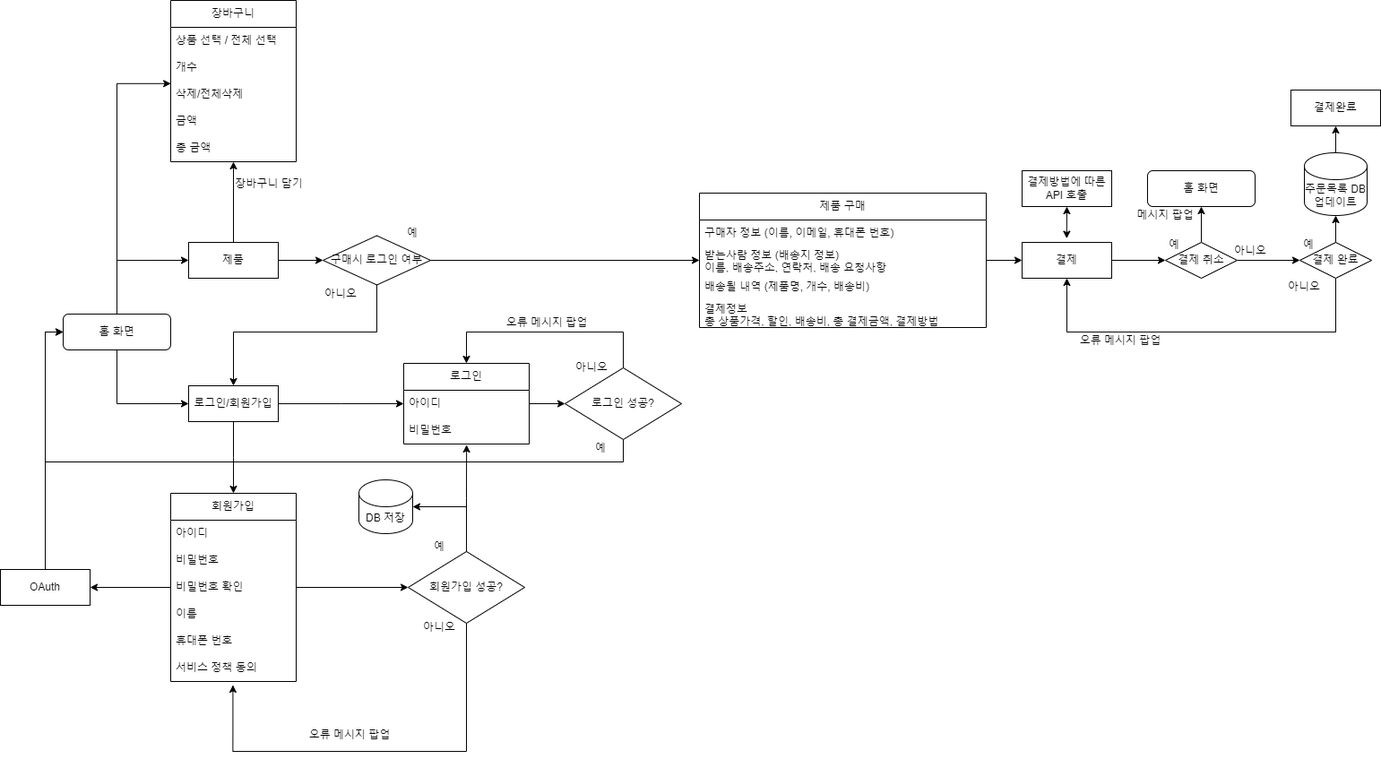
The draw.io diagram FlowChart.drawio.png in Castanea02/Group-Project-Shoppingmall, before a commit. Source tidied: cells renumbered, new cells last; positions are measured from the earlier drawing's top-left corner, leaving out a move shared by most shapes.
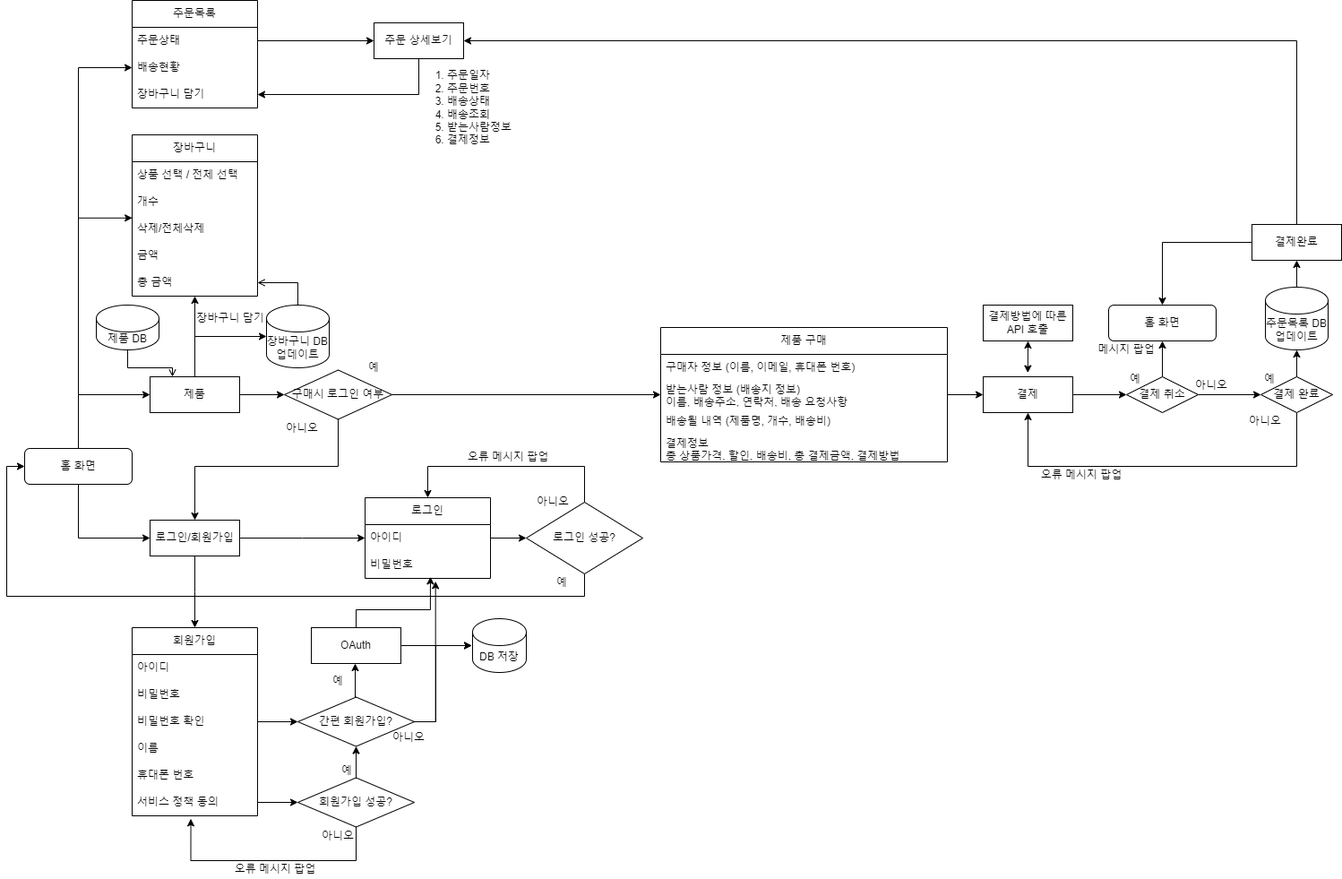
The same diagram one commit later.

The edit, as a diff of the source:
```diff
@@ -19,6 +19,9 @@
         </Array>
       </mxGeometry>
     </mxCell>
+    <mxCell id="79" style="edgeStyle=orthogonalEdgeStyle;rounded=0;jettySize=auto;html=1;entryX=0;entryY=0.5;entryDx=0;entryDy=0;" parent="1" edge="1" source="5" target="101">
+      <mxGeometry relative="1" as="geometry" />
+    </mxCell>
     <mxCell id="5" value="홈 화면" style="rounded=1;whiteSpace=wrap;html=1;fontSize=12;glass=0;strokeWidth=1;shadow=0;labelBackgroundColor=none;" parent="1" vertex="1">
       <mxGeometry x="70" y="350" width="120" height="40" as="geometry" />
     </mxCell>
@@ -65,9 +68,6 @@
         <mxGeometry x="340" y="317.5" width="80" height="20" as="geometry" />
       </mxCell>
     </object>
-    <mxCell id="16" style="edgeStyle=orthogonalEdgeStyle;rounded=0;jettySize=auto;html=1;entryX=1;entryY=0.5;entryDx=0;entryDy=0;" parent="1" edge="1" source="17" target="29">
-      <mxGeometry relative="1" as="geometry" />
-    </mxCell>
     <mxCell id="17" value="회원가입" style="swimlane;fontStyle=0;horizontal=1;startSize=30;whiteSpace=wrap;html=1;labelBackgroundColor=none;" parent="1" vertex="1">
       <mxGeometry x="190" y="550" width="140" height="210" as="geometry" />
     </mxCell>
@@ -107,15 +107,22 @@
     <mxCell id="27" value="비밀번호" style="text;strokeColor=none;fillColor=none;align=left;verticalAlign=middle;spacingLeft=4;spacingRight=4;overflow=hidden;points=[[0,0.5],[1,0.5]];portConstraint=eastwest;whiteSpace=wrap;html=1;labelBackgroundColor=none;" parent="25" vertex="1">
       <mxGeometry y="60" width="140" height="30" as="geometry" />
     </mxCell>
-    <mxCell id="28" style="edgeStyle=orthogonalEdgeStyle;rounded=0;jettySize=auto;html=1;entryX=0;entryY=0.5;entryDx=0;entryDy=0;" parent="1" edge="1" source="29" target="5">
-      <mxGeometry relative="1" as="geometry">
-        <Array as="points">
-          <mxPoint x="50" y="370" />
-        </Array>
-      </mxGeometry>
-    </mxCell>
+    <mxCell id="80" style="edgeStyle=orthogonalEdgeStyle;rounded=0;orthogonalLoop=1;jettySize=auto;html=1;" parent="1" edge="1">
+      <mxGeometry relative="1" as="geometry">
+        <mxPoint x="489" y="570" as="sourcePoint" />
+        <mxPoint x="569" y="570" as="targetPoint" />
+      </mxGeometry>
+    </mxCell>
+    <mxCell id="81" style="edgeStyle=orthogonalEdgeStyle;rounded=0;jettySize=auto;html=1;entryX=0.521;entryY=0.943;entryDx=0;entryDy=0;entryPerimeter=0;" parent="1" edge="1" source="29" target="27">
+      <mxGeometry relative="1" as="geometry">
+        <Array as="points">
+          <mxPoint x="440" y="530" />
+          <mxPoint x="523" y="530" />
+        </Array>
+      </mxGeometry>
+    </mxCell>
     <mxCell id="29" value="OAuth" style="rounded=0;whiteSpace=wrap;html=1;labelBackgroundColor=none;" parent="1" vertex="1">
-      <mxGeometry y="635" width="100" height="40" as="geometry" />
+      <mxGeometry x="390" y="550" width="100" height="40" as="geometry" />
     </mxCell>
     <mxCell id="30" style="edgeStyle=orthogonalEdgeStyle;rounded=0;jettySize=auto;html=1;entryX=0.5;entryY=0;entryDx=0;entryDy=0;" parent="1" edge="1" source="31" target="25">
       <mxGeometry relative="1" as="geometry">
@@ -147,41 +154,14 @@
       </mxCell>
     </object>
     <mxCell id="36" value="DB 저장" style="shape=cylinder3;whiteSpace=wrap;html=1;boundedLbl=1;backgroundOutline=1;size=15;" parent="1" vertex="1">
-      <mxGeometry x="400" y="535" width="60" height="60" as="geometry" />
+      <mxGeometry x="570" y="540" width="60" height="60" as="geometry" />
     </mxCell>
-    <mxCell id="37" style="edgeStyle=orthogonalEdgeStyle;rounded=0;jettySize=auto;html=1;entryX=0.496;entryY=1.133;entryDx=0;entryDy=0;entryPerimeter=0;" parent="1" edge="1" source="38" target="23">
-      <mxGeometry relative="1" as="geometry">
-        <Array as="points">
-          <mxPoint x="520" y="838" />
-          <mxPoint x="259" y="838" />
-        </Array>
-      </mxGeometry>
-    </mxCell>
-    <mxCell id="38" value="회원가입 성공?" style="rhombus;whiteSpace=wrap;html=1;" parent="1" vertex="1">
-      <mxGeometry x="455" y="615" width="130" height="80" as="geometry" />
-    </mxCell>
-    <mxCell id="39" style="edgeStyle=orthogonalEdgeStyle;rounded=0;jettySize=auto;html=1;exitX=1;exitY=0.5;exitDx=0;exitDy=0;entryX=0;entryY=0.5;entryDx=0;entryDy=0;" parent="1" edge="1" source="20" target="38">
+    <mxCell id="39" style="edgeStyle=orthogonalEdgeStyle;rounded=0;jettySize=auto;html=1;exitX=1;exitY=0.5;exitDx=0;exitDy=0;entryX=0;entryY=0.5;entryDx=0;entryDy=0;" parent="1" edge="1" source="20" target="86">
       <mxGeometry relative="1" as="geometry" />
     </mxCell>
-    <object id="40" label="예" name="Variable" placeholders="1">
-      <mxCell style="text;html=1;strokeColor=none;fillColor=none;align=center;verticalAlign=middle;whiteSpace=wrap;overflow=hidden;labelBackgroundColor=none;" parent="1" vertex="1">
-        <mxGeometry x="470" y="600" width="40" height="20" as="geometry" />
-      </mxCell>
-    </object>
-    <mxCell id="41" style="edgeStyle=orthogonalEdgeStyle;rounded=0;jettySize=auto;html=1;exitX=0.5;exitY=0;exitDx=0;exitDy=0;entryX=0.501;entryY=1.033;entryDx=0;entryDy=0;entryPerimeter=0;" parent="1" edge="1" source="38" target="27">
-      <mxGeometry relative="1" as="geometry" />
-    </mxCell>
-    <mxCell id="42" style="edgeStyle=orthogonalEdgeStyle;rounded=0;jettySize=auto;html=1;entryX=1;entryY=0.5;entryDx=0;entryDy=0;entryPerimeter=0;" parent="1" edge="1" source="38" target="36">
-      <mxGeometry relative="1" as="geometry" />
-    </mxCell>
-    <object id="43" label="아니오" name="Variable" placeholders="1">
-      <mxCell style="text;html=1;strokeColor=none;fillColor=none;align=center;verticalAlign=middle;whiteSpace=wrap;overflow=hidden;labelBackgroundColor=none;" parent="1" vertex="1">
-        <mxGeometry x="470" y="690" width="40" height="20" as="geometry" />
-      </mxCell>
-    </object>
     <object id="44" label="오류 메시지 팝업" name="Variable" placeholders="1">
       <mxCell style="text;html=1;strokeColor=none;fillColor=none;align=center;verticalAlign=middle;whiteSpace=wrap;overflow=hidden;labelBackgroundColor=none;" parent="1" vertex="1">
-        <mxGeometry x="340" y="810" width="100" height="20" as="geometry" />
+        <mxGeometry x="300" y="810" width="100" height="20" as="geometry" />
       </mxCell>
     </object>
     <mxCell id="45" value="장바구니" style="swimlane;fontStyle=0;horizontal=1;startSize=30;whiteSpace=wrap;html=1;labelBackgroundColor=none;" parent="1" vertex="1">
@@ -262,6 +242,16 @@
     <mxCell id="67" style="edgeStyle=orthogonalEdgeStyle;rounded=0;jettySize=auto;html=1;entryX=0.5;entryY=1;entryDx=0;entryDy=0;entryPerimeter=0;" parent="1" edge="1" source="62" target="66">
       <mxGeometry relative="1" as="geometry" />
     </mxCell>
+    <mxCell id="82" style="edgeStyle=orthogonalEdgeStyle;rounded=0;jettySize=auto;html=1;entryX=1;entryY=0.5;entryDx=0;entryDy=0;" parent="1" edge="1" source="68" target="104">
+      <mxGeometry relative="1" as="geometry">
+        <Array as="points">
+          <mxPoint x="1490" y="-105" />
+        </Array>
+      </mxGeometry>
+    </mxCell>
+    <mxCell id="83" style="edgeStyle=orthogonalEdgeStyle;rounded=0;jettySize=auto;html=1;entryX=0.5;entryY=0;entryDx=0;entryDy=0;" parent="1" edge="1" source="68" target="75">
+      <mxGeometry relative="1" as="geometry" />
+    </mxCell>
     <mxCell id="68" value="결제완료" style="rounded=0;whiteSpace=wrap;html=1;labelBackgroundColor=none;" parent="1" vertex="1">
       <mxGeometry x="1440" y="100" width="100" height="40" as="geometry" />
     </mxCell>
@@ -305,5 +295,111 @@
         <mxGeometry x="260" y="195" width="80" height="20" as="geometry" />
       </mxCell>
     </object>
+    <mxCell id="84" style="edgeStyle=orthogonalEdgeStyle;rounded=0;orthogonalLoop=1;jettySize=auto;html=1;entryX=0.5;entryY=1;entryDx=0;entryDy=0;" parent="1" edge="1">
+      <mxGeometry relative="1" as="geometry">
+        <mxPoint x="439" y="627.5" as="sourcePoint" />
+        <mxPoint x="439" y="590" as="targetPoint" />
+      </mxGeometry>
+    </mxCell>
+    <mxCell id="85" style="edgeStyle=orthogonalEdgeStyle;rounded=0;jettySize=auto;html=1;entryX=0.562;entryY=1.111;entryDx=0;entryDy=0;entryPerimeter=0;" parent="1" edge="1" source="86" target="27">
+      <mxGeometry relative="1" as="geometry">
+        <Array as="points">
+          <mxPoint x="529" y="655" />
+        </Array>
+      </mxGeometry>
+    </mxCell>
+    <mxCell id="86" value="간편 회원가입?" style="rhombus;whiteSpace=wrap;html=1;" parent="1" vertex="1">
+      <mxGeometry x="375" y="627.5" width="130" height="55" as="geometry" />
+    </mxCell>
+    <object id="87" label="예" name="Variable" placeholders="1">
+      <mxCell style="text;html=1;strokeColor=none;fillColor=none;align=center;verticalAlign=middle;whiteSpace=wrap;overflow=hidden;labelBackgroundColor=none;" parent="1" vertex="1">
+        <mxGeometry x="400" y="600" width="40" height="20" as="geometry" />
+      </mxCell>
+    </object>
+    <object id="88" label="아니오" name="Variable" placeholders="1">
+      <mxCell style="text;html=1;strokeColor=none;fillColor=none;align=center;verticalAlign=middle;whiteSpace=wrap;overflow=hidden;labelBackgroundColor=none;" parent="1" vertex="1">
+        <mxGeometry x="459" y="662.5" width="80" height="20" as="geometry" />
+      </mxCell>
+    </object>
+    <mxCell id="89" style="edgeStyle=orthogonalEdgeStyle;rounded=0;orthogonalLoop=1;jettySize=auto;html=1;entryX=0;entryY=0.5;entryDx=0;entryDy=0;entryPerimeter=0;" parent="1" edge="1">
+      <mxGeometry relative="1" as="geometry">
+        <mxPoint x="504" y="655" as="sourcePoint" />
+        <mxPoint x="569" y="570" as="targetPoint" />
+        <Array as="points">
+          <mxPoint x="529" y="655" />
+          <mxPoint x="529" y="570" />
+        </Array>
+      </mxGeometry>
+    </mxCell>
+    <mxCell id="37" style="edgeStyle=orthogonalEdgeStyle;rounded=0;jettySize=auto;html=1;entryX=0.468;entryY=1.111;entryDx=0;entryDy=0;entryPerimeter=0;" parent="1" edge="1" source="38" target="23">
+      <mxGeometry relative="1" as="geometry">
+        <Array as="points">
+          <mxPoint x="440" y="810" />
+          <mxPoint x="256" y="810" />
+        </Array>
+      </mxGeometry>
+    </mxCell>
+    <mxCell id="90" style="edgeStyle=orthogonalEdgeStyle;rounded=0;jettySize=auto;html=1;entryX=0.5;entryY=1;entryDx=0;entryDy=0;" parent="1" edge="1" source="38" target="86">
+      <mxGeometry relative="1" as="geometry" />
+    </mxCell>
+    <mxCell id="38" value="회원가입 성공?" style="rhombus;whiteSpace=wrap;html=1;" parent="1" vertex="1">
+      <mxGeometry x="375" y="717.5" width="130" height="55" as="geometry" />
+    </mxCell>
+    <object id="91" label="아니오" name="Variable" placeholders="1">
+      <mxCell style="text;html=1;strokeColor=none;fillColor=none;align=center;verticalAlign=middle;whiteSpace=wrap;overflow=hidden;labelBackgroundColor=none;" parent="1" vertex="1">
+        <mxGeometry x="395" y="772.5" width="50" height="20" as="geometry" />
+      </mxCell>
+    </object>
+    <object id="92" label="예" name="Variable" placeholders="1">
+      <mxCell style="text;html=1;strokeColor=none;fillColor=none;align=center;verticalAlign=middle;whiteSpace=wrap;overflow=hidden;labelBackgroundColor=none;" parent="1" vertex="1">
+        <mxGeometry x="410" y="700" width="40" height="20" as="geometry" />
+      </mxCell>
+    </object>
+    <mxCell id="93" style="edgeStyle=orthogonalEdgeStyle;rounded=0;jettySize=auto;html=1;entryX=0;entryY=0.5;entryDx=0;entryDy=0;" parent="1" edge="1" source="23" target="38">
+      <mxGeometry relative="1" as="geometry" />
+    </mxCell>
+    <mxCell id="94" style="edgeStyle=orthogonalEdgeStyle;rounded=0;jettySize=auto;html=1;entryX=1;entryY=0.5;entryDx=0;entryDy=0;endArrow=open;endFill=0;" parent="1" edge="1" source="95" target="50">
+      <mxGeometry relative="1" as="geometry" />
+    </mxCell>
+    <mxCell id="95" value="장바구니 DB 업데이트" style="shape=cylinder3;whiteSpace=wrap;html=1;boundedLbl=1;backgroundOutline=1;size=15;" parent="1" vertex="1">
+      <mxGeometry x="340" y="190" width="70" height="70" as="geometry" />
+    </mxCell>
+    <mxCell id="96" style="edgeStyle=orthogonalEdgeStyle;rounded=0;jettySize=auto;html=1;entryX=0;entryY=0.5;entryDx=0;entryDy=0;entryPerimeter=0;" parent="1" edge="1" source="10" target="95">
+      <mxGeometry relative="1" as="geometry">
+        <Array as="points">
+          <mxPoint x="260" y="225" />
+        </Array>
+      </mxGeometry>
+    </mxCell>
+    <mxCell id="97" style="edgeStyle=orthogonalEdgeStyle;rounded=0;jettySize=auto;html=1;entryX=0.25;entryY=0;entryDx=0;entryDy=0;endArrow=open;endFill=0;" parent="1" edge="1" source="98" target="10">
+      <mxGeometry relative="1" as="geometry" />
+    </mxCell>
+    <mxCell id="98" value="제품 DB" style="shape=cylinder3;whiteSpace=wrap;html=1;boundedLbl=1;backgroundOutline=1;size=15;" parent="1" vertex="1">
+      <mxGeometry x="150" y="190" width="70" height="50" as="geometry" />
+    </mxCell>
+    <mxCell id="99" value="주문목록" style="swimlane;fontStyle=0;horizontal=1;startSize=30;whiteSpace=wrap;html=1;labelBackgroundColor=none;" parent="1" vertex="1">
+      <mxGeometry x="190" y="-150" width="140" height="120" as="geometry" />
+    </mxCell>
+    <mxCell id="100" value="주문상태" style="text;strokeColor=none;fillColor=none;align=left;verticalAlign=middle;spacingLeft=4;spacingRight=4;overflow=hidden;points=[[0,0.5],[1,0.5]];portConstraint=eastwest;whiteSpace=wrap;html=1;labelBackgroundColor=none;" parent="99" vertex="1">
+      <mxGeometry y="30" width="140" height="30" as="geometry" />
+    </mxCell>
+    <mxCell id="101" value="배송현황" style="text;strokeColor=none;fillColor=none;align=left;verticalAlign=middle;spacingLeft=4;spacingRight=4;overflow=hidden;points=[[0,0.5],[1,0.5]];portConstraint=eastwest;whiteSpace=wrap;html=1;labelBackgroundColor=none;" parent="99" vertex="1">
+      <mxGeometry y="60" width="140" height="30" as="geometry" />
+    </mxCell>
+    <mxCell id="102" value="장바구니 담기" style="text;strokeColor=none;fillColor=none;align=left;verticalAlign=middle;spacingLeft=4;spacingRight=4;overflow=hidden;points=[[0,0.5],[1,0.5]];portConstraint=eastwest;whiteSpace=wrap;html=1;labelBackgroundColor=none;" parent="99" vertex="1">
+      <mxGeometry y="90" width="140" height="30" as="geometry" />
+    </mxCell>
+    <mxCell id="103" style="edgeStyle=orthogonalEdgeStyle;rounded=0;jettySize=auto;html=1;entryX=1;entryY=0.5;entryDx=0;entryDy=0;" parent="1" edge="1" source="104" target="102">
+      <mxGeometry relative="1" as="geometry" />
+    </mxCell>
+    <mxCell id="104" value="주문 상세보기" style="rounded=0;whiteSpace=wrap;html=1;labelBackgroundColor=none;" parent="1" vertex="1">
+      <mxGeometry x="460" y="-125" width="100" height="40" as="geometry" />
+    </mxCell>
+    <mxCell id="105" style="edgeStyle=orthogonalEdgeStyle;rounded=0;jettySize=auto;html=1;entryX=0;entryY=0.5;entryDx=0;entryDy=0;" parent="1" edge="1" source="100" target="104">
+      <mxGeometry relative="1" as="geometry" />
+    </mxCell>
+    <mxCell id="106" value="&lt;ol&gt;&lt;li&gt;주문일자&lt;/li&gt;&lt;li&gt;주문번호&lt;/li&gt;&lt;li&gt;배송상태&lt;/li&gt;&lt;li&gt;배송조회&lt;/li&gt;&lt;li&gt;받는사람정보&lt;/li&gt;&lt;li&gt;결제정보&lt;/li&gt;&lt;/ol&gt;" style="text;strokeColor=none;fillColor=none;html=1;whiteSpace=wrap;verticalAlign=middle;overflow=hidden;" parent="1" vertex="1">
+      <mxGeometry x="500" y="-90" width="130" height="120" as="geometry" />
+    </mxCell>
   </root>
 </mxGraphModel>
```
